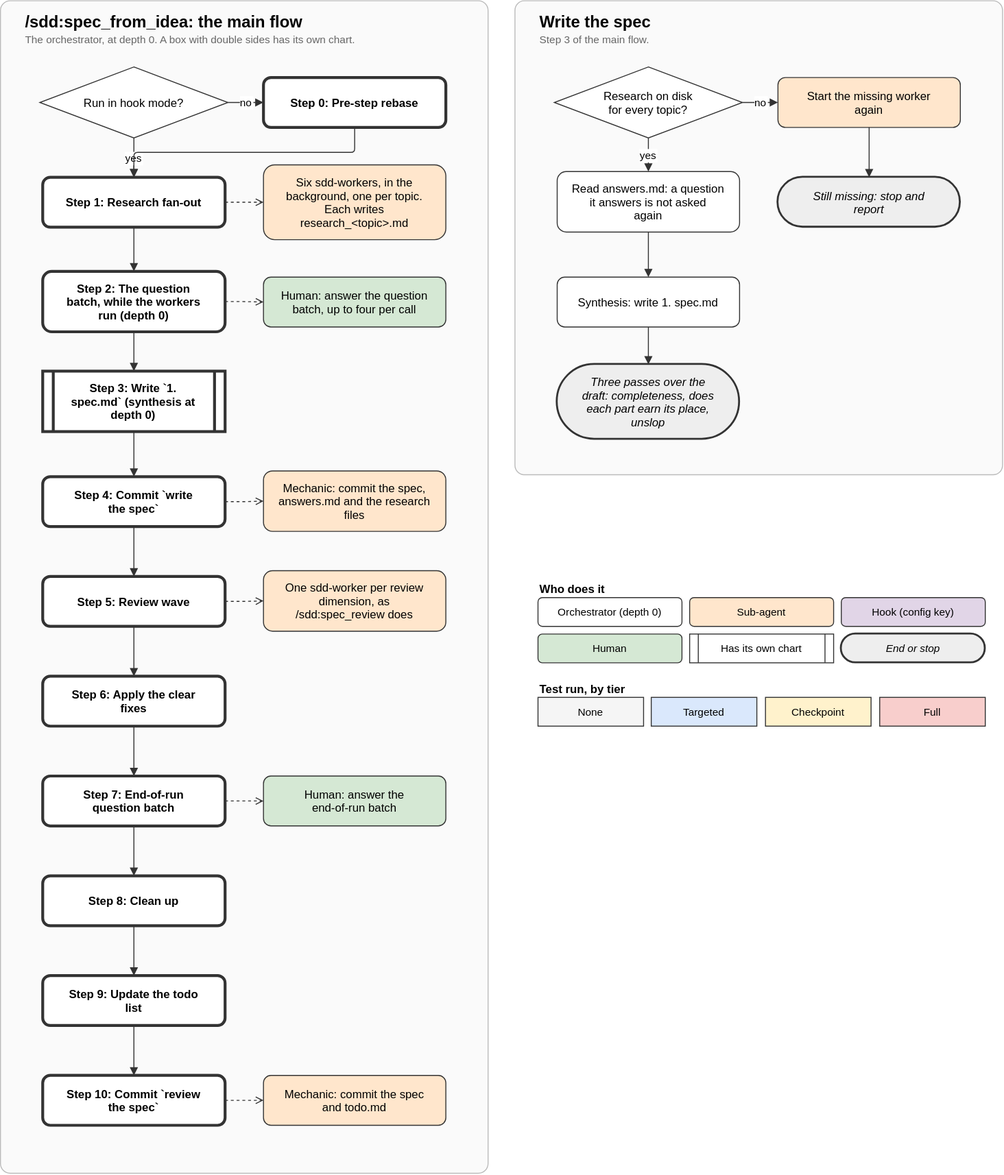
preludetech/Freedom-LS keeps this draw.io diagram as claude_plugins/sdd/docs/diagrams/spec_from_idea.drawio.svg. Above is the earlier version. Source tidied: cells renumbered, new cells last; positions are measured from the earlier drawing's top-left corner, leaving out a move shared by most shapes.
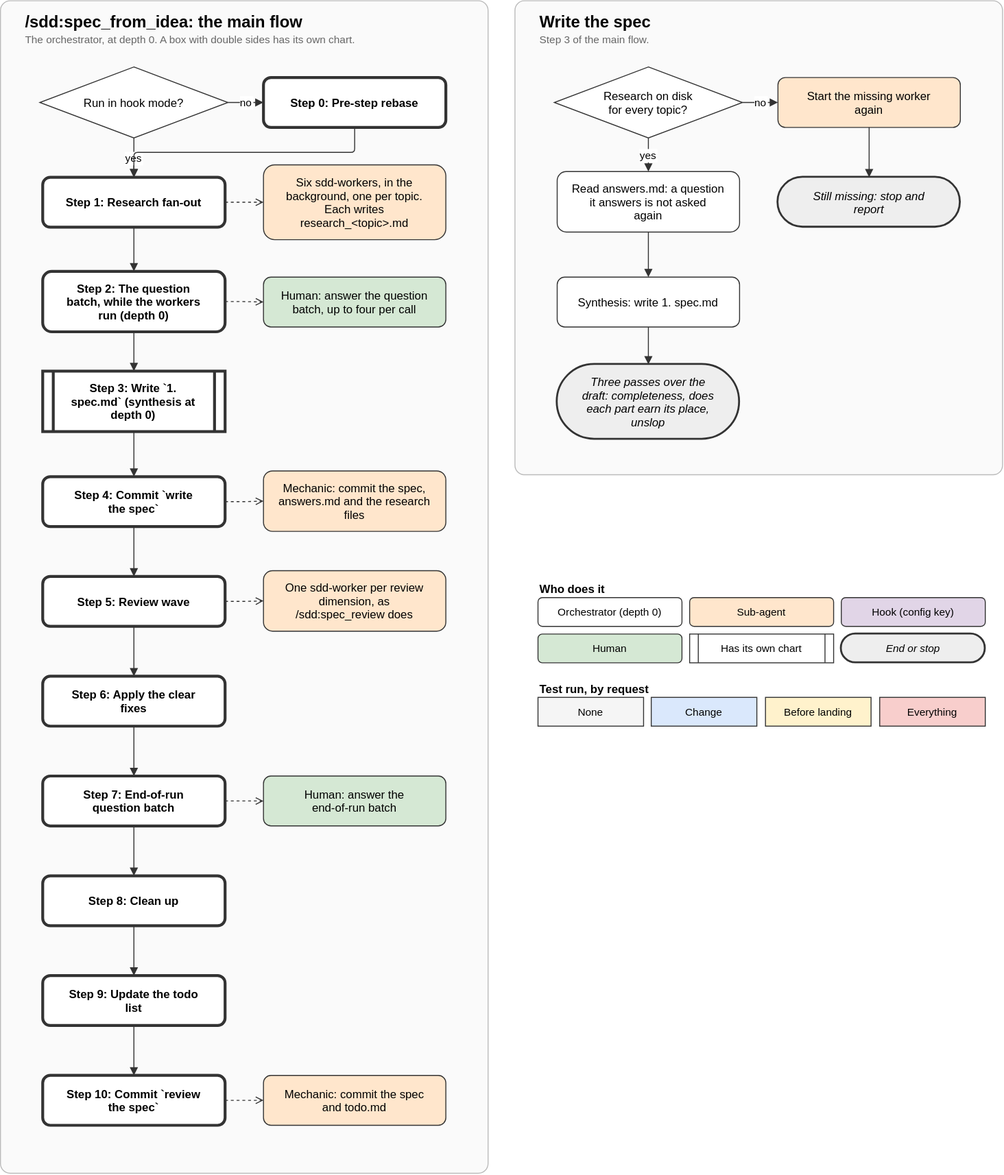
The same diagram one commit later.

Diff of the diagram source:
```diff
@@ -187,19 +187,19 @@
     <mxCell id="61" value="End or stop" style="rounded=1;arcSize=50;html=0;fontSize=11;strokeColor=#333333;fillColor=#eeeeee;strokeWidth=2;fontStyle=2;" parent="1" vertex="1">
       <mxGeometry x="876" y="660" width="150" height="30" as="geometry" />
     </mxCell>
-    <mxCell id="62" value="Test run, by tier" style="text;html=0;align=left;fontSize=12;fontStyle=1;" parent="1" vertex="1">
+    <mxCell id="62" value="Test run, by request" style="text;html=0;align=left;fontSize=12;fontStyle=1;" parent="1" vertex="1">
       <mxGeometry x="560" y="704" width="200" height="20" as="geometry" />
     </mxCell>
     <mxCell id="63" value="None" style="rounded=0;html=0;fontSize=11;strokeColor=#333333;fillColor=#f5f5f5;" parent="1" vertex="1">
       <mxGeometry x="560" y="726" width="110" height="30" as="geometry" />
     </mxCell>
-    <mxCell id="64" value="Targeted" style="rounded=0;html=0;fontSize=11;strokeColor=#333333;fillColor=#dae8fc;" parent="1" vertex="1">
+    <mxCell id="64" value="Change" style="rounded=0;html=0;fontSize=11;strokeColor=#333333;fillColor=#dae8fc;" parent="1" vertex="1">
       <mxGeometry x="678" y="726" width="110" height="30" as="geometry" />
     </mxCell>
-    <mxCell id="65" value="Checkpoint" style="rounded=0;html=0;fontSize=11;strokeColor=#333333;fillColor=#fff2cc;" parent="1" vertex="1">
+    <mxCell id="65" value="Before landing" style="rounded=0;html=0;fontSize=11;strokeColor=#333333;fillColor=#fff2cc;" parent="1" vertex="1">
       <mxGeometry x="797" y="726" width="110" height="30" as="geometry" />
     </mxCell>
-    <mxCell id="66" value="Full" style="rounded=0;html=0;fontSize=11;strokeColor=#333333;fillColor=#f8cecc;" parent="1" vertex="1">
+    <mxCell id="66" value="Everything" style="rounded=0;html=0;fontSize=11;strokeColor=#333333;fillColor=#f8cecc;" parent="1" vertex="1">
       <mxGeometry x="916" y="726" width="110" height="30" as="geometry" />
     </mxCell>
   </root>
```
